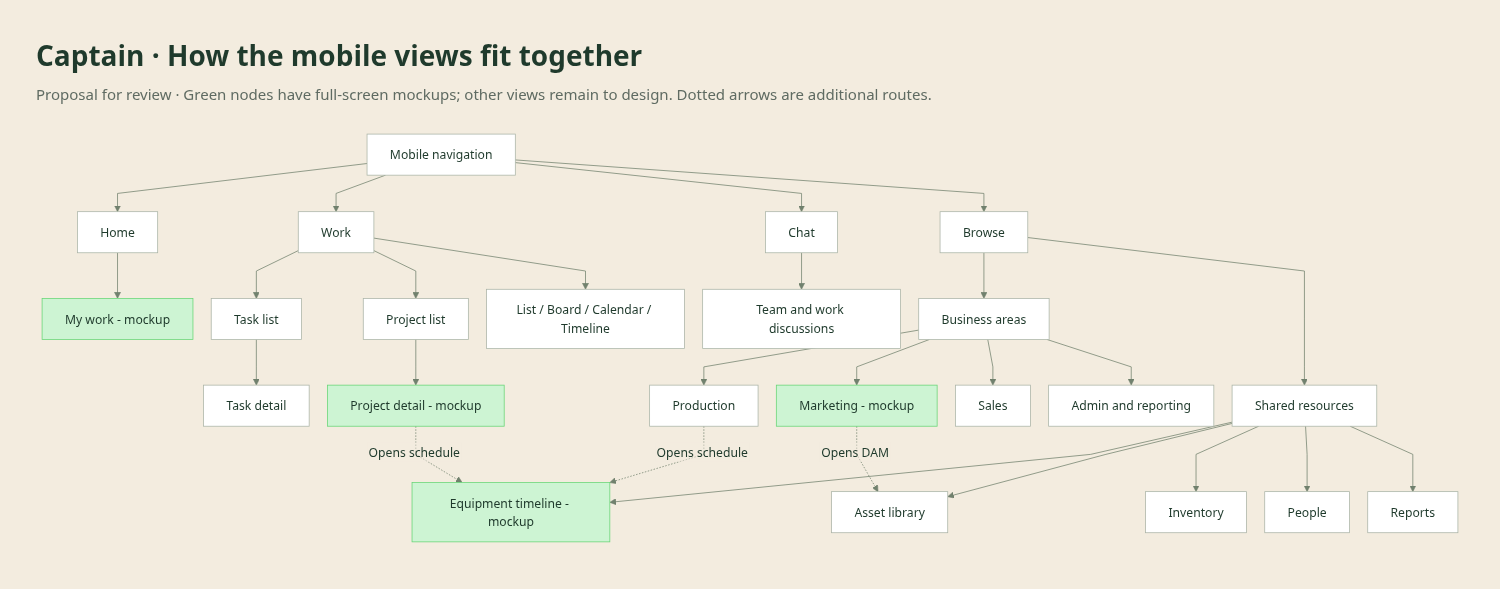
Above: docs/proposals/assets/captain-mobile-2026-09-22/navigation.png in SomedaySomehowBeer/askthecaptain (Mermaid), before the change. Its source is kept beside it as docs/proposals/assets/captain-mobile-2026-09-22/navigation.mmd. Its diagram source:
```mermaid
flowchart TD
  mobile["Mobile navigation"]
  mobile --> home["Home"]
  mobile --> work["Work"]
  mobile --> chat["Chat"]
  mobile --> browse["Browse"]

  home --> day["My work - mockup"]

  work --> tasks["Task list"]
  tasks --> taskDetail["Task detail"]
  work --> projects["Project list"]
  projects --> project["Project detail - mockup"]
  work --> modes["List / Board / Calendar / Timeline"]

  chat --> conversations["Team and work discussions"]

  browse --> areas["Business areas"]
  areas --> production["Production"]
  areas --> marketing["Marketing - mockup"]
  areas --> sales["Sales"]
  areas --> admin["Admin and reporting"]

  browse --> shared["Shared resources"]
  shared --> equipment["Equipment timeline - mockup"]
  shared --> assets["Asset library"]
  shared --> inventory["Inventory"]
  shared --> people["People"]
  shared --> reports["Reports"]

  production -.->|"Opens schedule"| equipment
  marketing -.->|"Opens DAM"| assets
  project -.->|"Opens schedule"| equipment

  classDef mocked fill:#CDF4D3,stroke:#66D575
  class day,project,marketing,equipment mocked
```
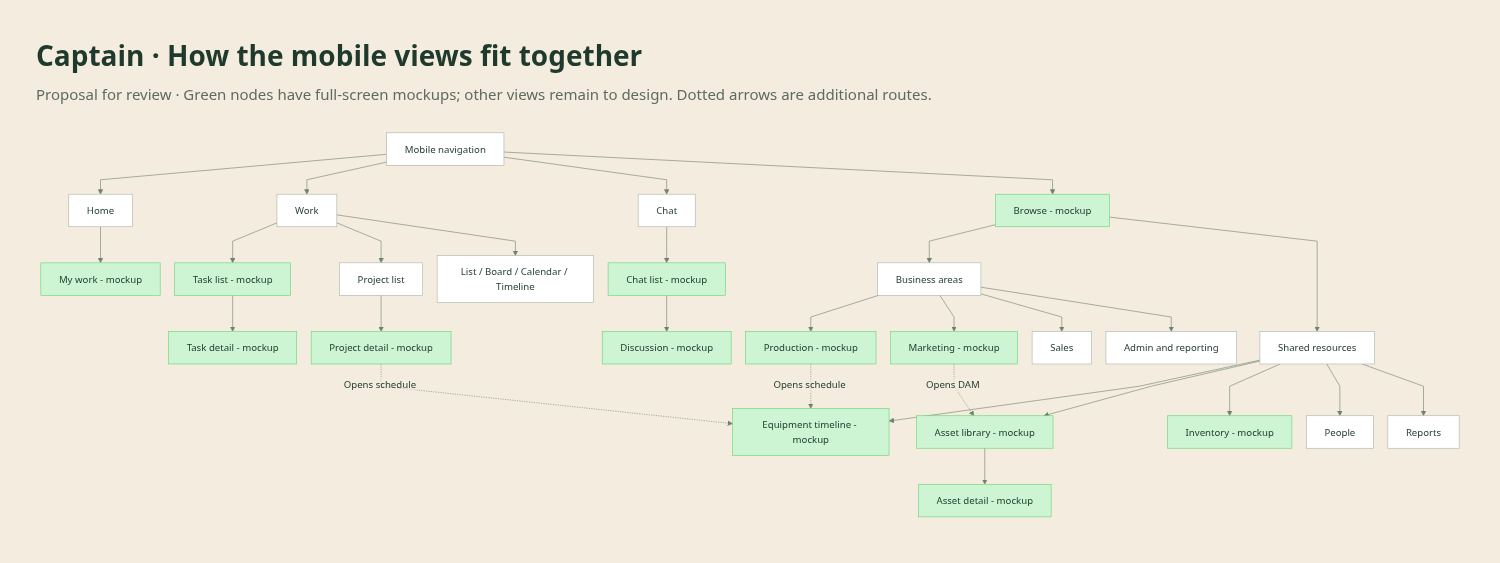
After the commit.

The edit, as a diff of the source:
```diff
@@ -3,28 +3,30 @@
   mobile --> home["Home"]
   mobile --> work["Work"]
   mobile --> chat["Chat"]
-  mobile --> browse["Browse"]
+  mobile --> browse["Browse - mockup"]
 
   home --> day["My work - mockup"]
 
-  work --> tasks["Task list"]
-  tasks --> taskDetail["Task detail"]
+  work --> tasks["Task list - mockup"]
+  tasks --> taskDetail["Task detail - mockup"]
   work --> projects["Project list"]
   projects --> project["Project detail - mockup"]
   work --> modes["List / Board / Calendar / Timeline"]
 
-  chat --> conversations["Team and work discussions"]
+  chat --> conversations["Chat list - mockup"]
+  conversations --> discussion["Discussion - mockup"]
 
   browse --> areas["Business areas"]
-  areas --> production["Production"]
+  areas --> production["Production - mockup"]
   areas --> marketing["Marketing - mockup"]
   areas --> sales["Sales"]
   areas --> admin["Admin and reporting"]
 
   browse --> shared["Shared resources"]
   shared --> equipment["Equipment timeline - mockup"]
-  shared --> assets["Asset library"]
-  shared --> inventory["Inventory"]
+  shared --> assets["Asset library - mockup"]
+  assets --> assetDetail["Asset detail - mockup"]
+  shared --> inventory["Inventory - mockup"]
   shared --> people["People"]
   shared --> reports["Reports"]
 
@@ -33,4 +35,4 @@
   project -.->|"Opens schedule"| equipment
 
   classDef mocked fill:#CDF4D3,stroke:#66D575
-  class day,project,marketing,equipment mocked
+  class day,project,marketing,equipment,tasks,taskDetail,conversations,discussion,browse,production,assets,assetDetail,inventory mocked
```
